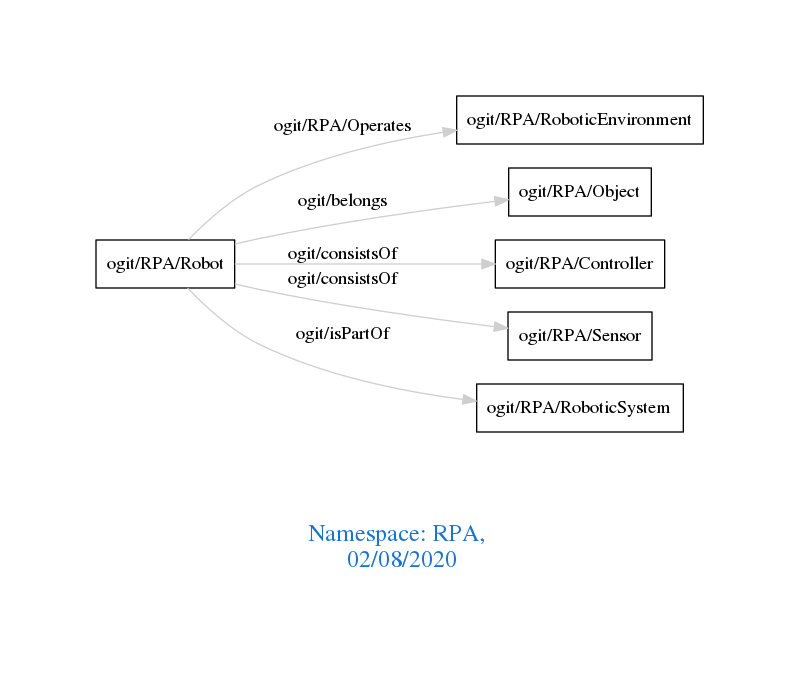
Above: downloads/RPA.png in arago/OGIT (Graphviz), before the change. Its source is kept beside it as downloads/RPA.dot.
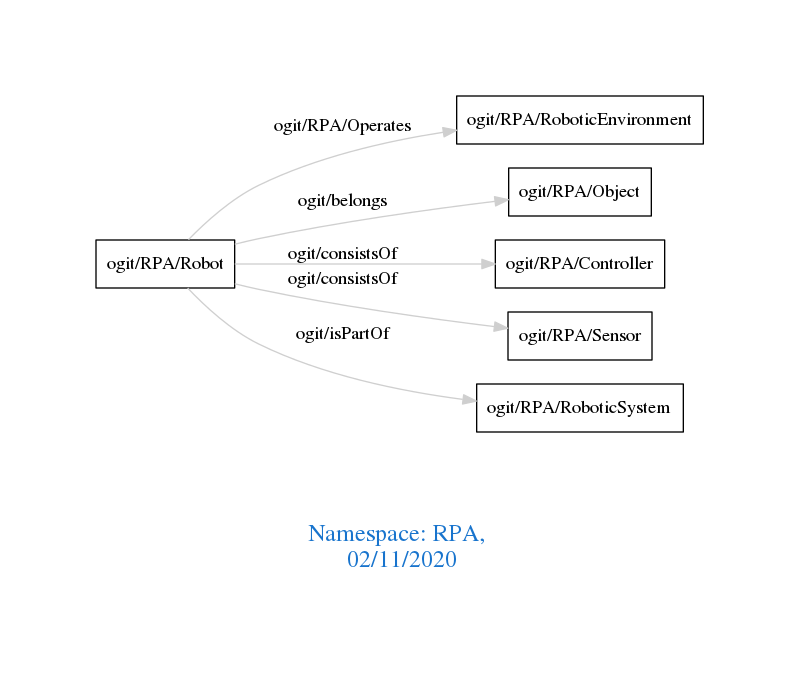
After the change.

Diff of the diagram source:
```diff
@@ -1,7 +1,7 @@
 digraph OGIT_ontology {
  graph [ rankdir= LR,pad=1
 fontsize = 18,
-fontcolor= dodgerblue3,label = "\n\n\nNamespace: RPA, \n 02/08/2020"];
+fontcolor= dodgerblue3,label = "\n\n\nNamespace: RPA, \n 02/11/2020"];
 node[shape=polygon];
 edge [  color="gray81"];
 
```
